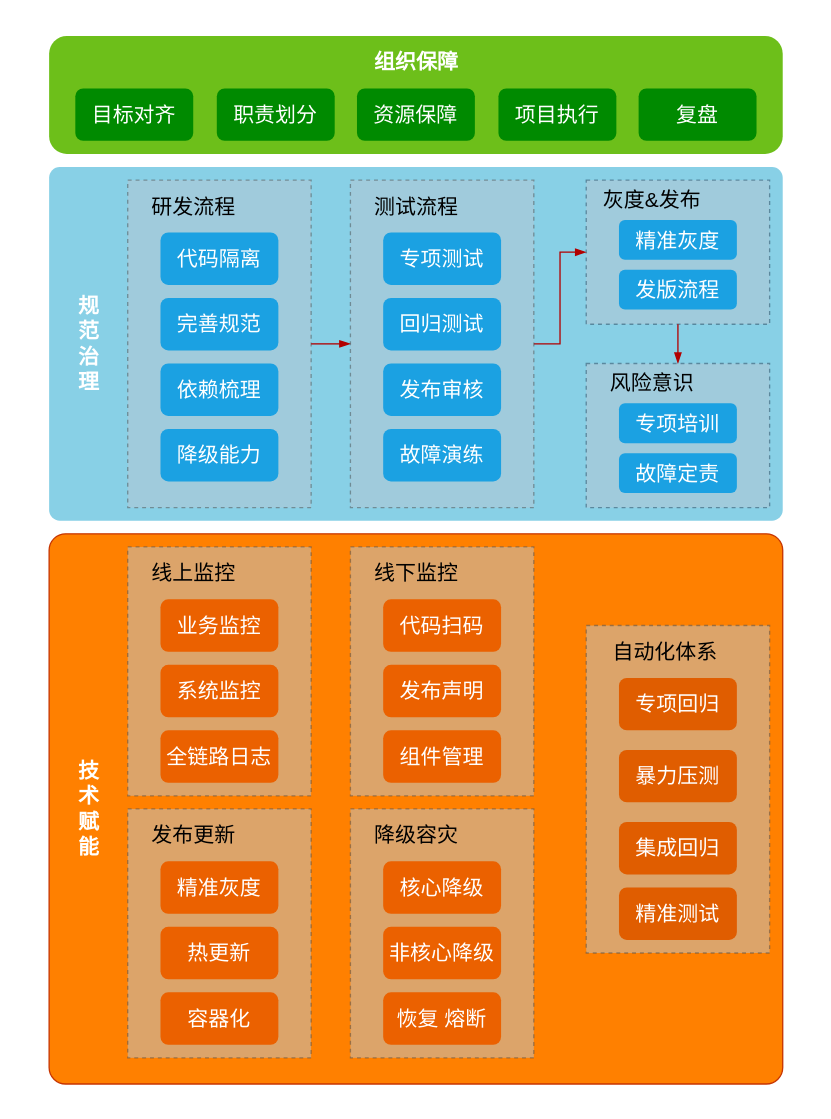
The draw.io diagram 稳定性建设蓝图.drawio in qiny/architecture_design, before the edit. Source tidied: cells renumbered, new cells numbered last; positions are measured from the earlier drawing's top-left corner, leaving out a move shared by most shapes. Both pictures are drawn from the tidied source at 131%, with x=0, y=0 at pixel (22, 22).
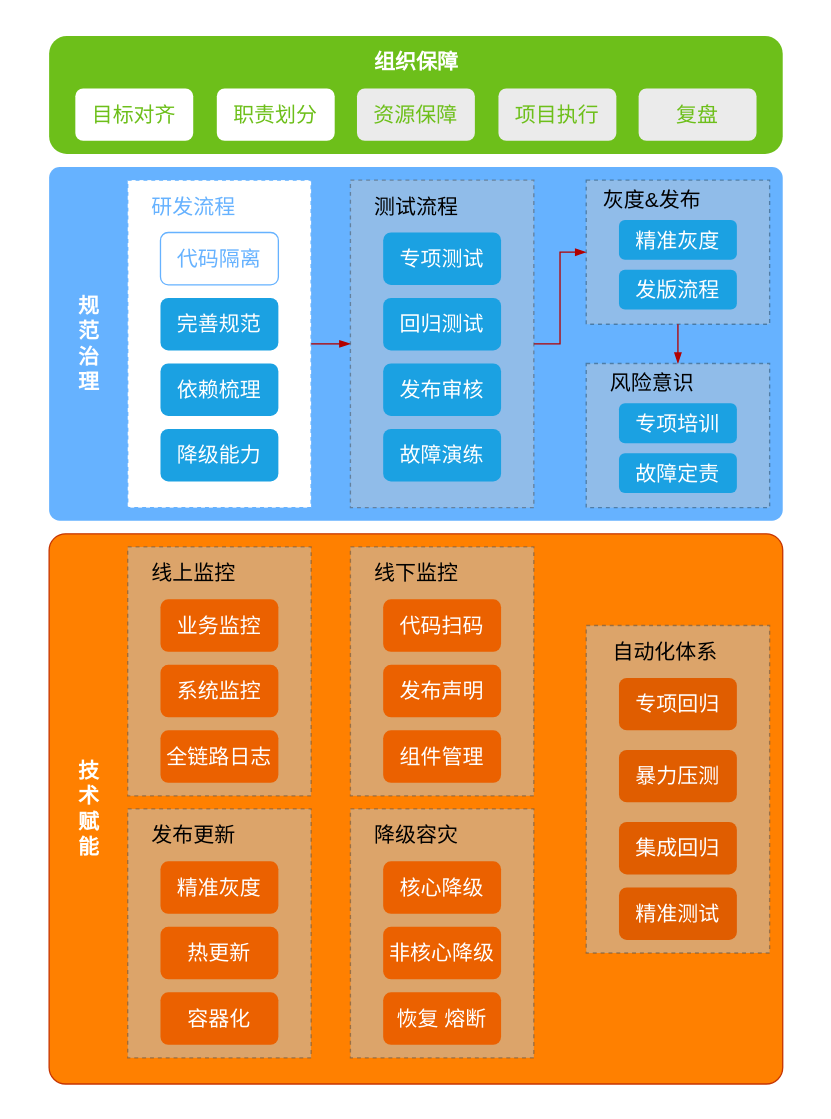
The same diagram, later.

Commit message:
Update 稳定性建设蓝图.drawio

What changed in the source:
```diff
@@
-    <mxCell id="5" style="rounded=1;whiteSpace=wrap;html=1;fontSize=16;arcSize=3;fillColor=#88D0E6;strokeColor=none;" parent="1" vertex="1">
+    <mxCell id="5" style="rounded=1;whiteSpace=wrap;html=1;fontSize=16;arcSize=3;strokeColor=none;fillColor=#66B2FF;" parent="1" vertex="1">
       <mxGeometry x="20" y="110" width="560" height="270" as="geometry" />
     </mxCell>
@@
-    <mxCell id="7" style="group;fillColor=#bac8d3;dashed=1;opacity=50;strokeColor=#4D4D4D;" parent="1" vertex="1">
+    <mxCell id="7" style="group;dashed=1;strokeColor=#66B2FF;fillColor=#FFFFFF;" parent="1" vertex="1">
       <mxGeometry x="80" y="120" width="140" height="250" as="geometry" />
     </mxCell>
@@
-    <mxCell id="29" value="&lt;span style=&quot;font-weight: normal&quot;&gt;研发流程&lt;/span&gt;" style="text;strokeColor=none;fillColor=none;html=1;fontSize=16;fontStyle=1;verticalAlign=middle;align=center;dashed=1;" parent="1" vertex="1">
+    <mxCell id="29" value="&lt;span style=&quot;font-weight: normal&quot;&gt;&lt;font color=&quot;#66b2ff&quot;&gt;研发流程&lt;/font&gt;&lt;/span&gt;" style="text;strokeColor=none;fillColor=none;html=1;fontSize=16;fontStyle=1;verticalAlign=middle;align=center;dashed=1;" parent="1" vertex="1">
       <mxGeometry x="80" y="120" width="100" height="40" as="geometry" />
     </mxCell>
-    <mxCell id="30" value="代码隔离" style="rounded=1;whiteSpace=wrap;html=1;dashed=1;fontSize=16;fillColor=#1ba1e2;fontColor=#ffffff;strokeColor=none;" parent="1" vertex="1">
+    <mxCell id="30" value="&lt;font color=&quot;#66b2ff&quot;&gt;代码隔离&lt;/font&gt;" style="rounded=1;whiteSpace=wrap;html=1;fontSize=16;fontColor=#ffffff;fillColor=#FFFFFF;strokeColor=#66B2FF;" parent="1" vertex="1">
       <mxGeometry x="105" y="160" width="90" height="40" as="geometry" />
     </mxCell>
@@
-    <mxCell id="61" value="目标对齐" style="rounded=1;whiteSpace=wrap;html=1;dashed=1;fontSize=16;fontColor=#ffffff;fillColor=#008a00;strokeColor=none;" parent="1" vertex="1">
+    <mxCell id="61" value="&lt;font color=&quot;#6dbf1a&quot;&gt;目标对齐&lt;/font&gt;" style="rounded=1;whiteSpace=wrap;html=1;dashed=1;fontSize=16;strokeColor=none;fillColor=#FFFFFF;" parent="1" vertex="1">
       <mxGeometry x="40" y="50" width="90" height="40" as="geometry" />
     </mxCell>
-    <mxCell id="62" value="资源保障" style="rounded=1;whiteSpace=wrap;html=1;dashed=1;fontSize=16;fontColor=#ffffff;fillColor=#008a00;strokeColor=none;" parent="1" vertex="1">
+    <mxCell id="62" value="&lt;font color=&quot;#6dbf1a&quot;&gt;资源保障&lt;/font&gt;" style="rounded=1;whiteSpace=wrap;html=1;dashed=1;fontSize=16;fontColor=#ffffff;strokeColor=none;fillColor=#EBEBEB;" parent="1" vertex="1">
       <mxGeometry x="255" y="50" width="90" height="40" as="geometry" />
     </mxCell>
-    <mxCell id="63" value="职责划分" style="rounded=1;whiteSpace=wrap;html=1;dashed=1;fontSize=16;fontColor=#ffffff;fillColor=#008a00;strokeColor=none;" parent="1" vertex="1">
+    <mxCell id="63" value="&lt;font color=&quot;#6dbf1a&quot;&gt;职责划分&lt;/font&gt;" style="rounded=1;whiteSpace=wrap;html=1;dashed=1;fontSize=16;fontColor=#ffffff;strokeColor=none;fillColor=#FFFFFF;" parent="1" vertex="1">
       <mxGeometry x="148" y="50" width="90" height="40" as="geometry" />
     </mxCell>
-    <mxCell id="64" value="项目执行" style="rounded=1;whiteSpace=wrap;html=1;dashed=1;fontSize=16;fontColor=#ffffff;fillColor=#008a00;strokeColor=none;" parent="1" vertex="1">
+    <mxCell id="64" value="&lt;font color=&quot;#6dbf1a&quot;&gt;项目执行&lt;/font&gt;" style="rounded=1;whiteSpace=wrap;html=1;dashed=1;fontSize=16;fontColor=#ffffff;strokeColor=none;fillColor=#EBEBEB;" parent="1" vertex="1">
       <mxGeometry x="363" y="50" width="90" height="40" as="geometry" />
     </mxCell>
-    <mxCell id="65" value="&lt;font color=&quot;#ffffff&quot; style=&quot;font-size: 16px&quot;&gt;组织保障&lt;br&gt;&lt;/font&gt;" style="text;strokeColor=none;fillColor=none;html=1;fontSize=16;fontStyle=1;verticalAlign=middle;align=center;rounded=1;" parent="1" vertex="1">
+    <mxCell id="65" value="&lt;font style=&quot;font-size: 16px&quot;&gt;&lt;font color=&quot;#ffffff&quot;&gt;组织保障&lt;/font&gt;&lt;br&gt;&lt;/font&gt;" style="text;strokeColor=none;fillColor=none;html=1;fontSize=16;fontStyle=1;verticalAlign=middle;align=center;rounded=1;" parent="1" vertex="1">
       <mxGeometry x="280" y="10" width="40" height="40" as="geometry" />
     </mxCell>
-    <mxCell id="66" value="复盘" style="rounded=1;whiteSpace=wrap;html=1;dashed=1;fontSize=16;fontColor=#ffffff;fillColor=#008a00;strokeColor=none;" parent="1" vertex="1">
+    <mxCell id="66" value="&lt;font color=&quot;#6dbf1a&quot;&gt;复盘&lt;/font&gt;" style="rounded=1;whiteSpace=wrap;html=1;dashed=1;fontSize=16;fontColor=#ffffff;strokeColor=none;fillColor=#EBEBEB;" parent="1" vertex="1">
       <mxGeometry x="470" y="50" width="90" height="40" as="geometry" />
     </mxCell>
```
